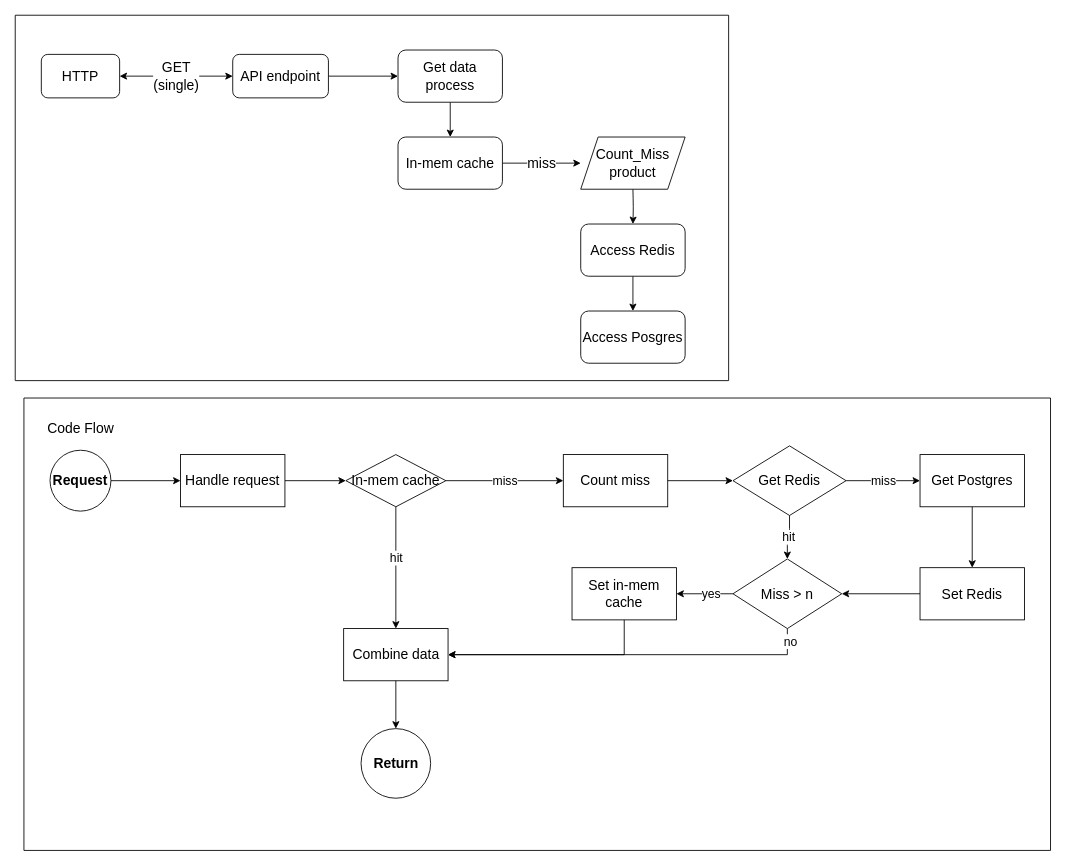
Earlier version of the draw.io diagram page "get single product" (2 of 10) of architecture-ecommerce.drawio (shifuvn/diagram). Source tidied: cells renumbered, new cells numbered last; positions are measured from the earlier drawing's top-left corner, leaving out a move shared by most shapes. Both pictures are drawn from the tidied source at 87%, with x=0, y=0 at pixel (15, 15).
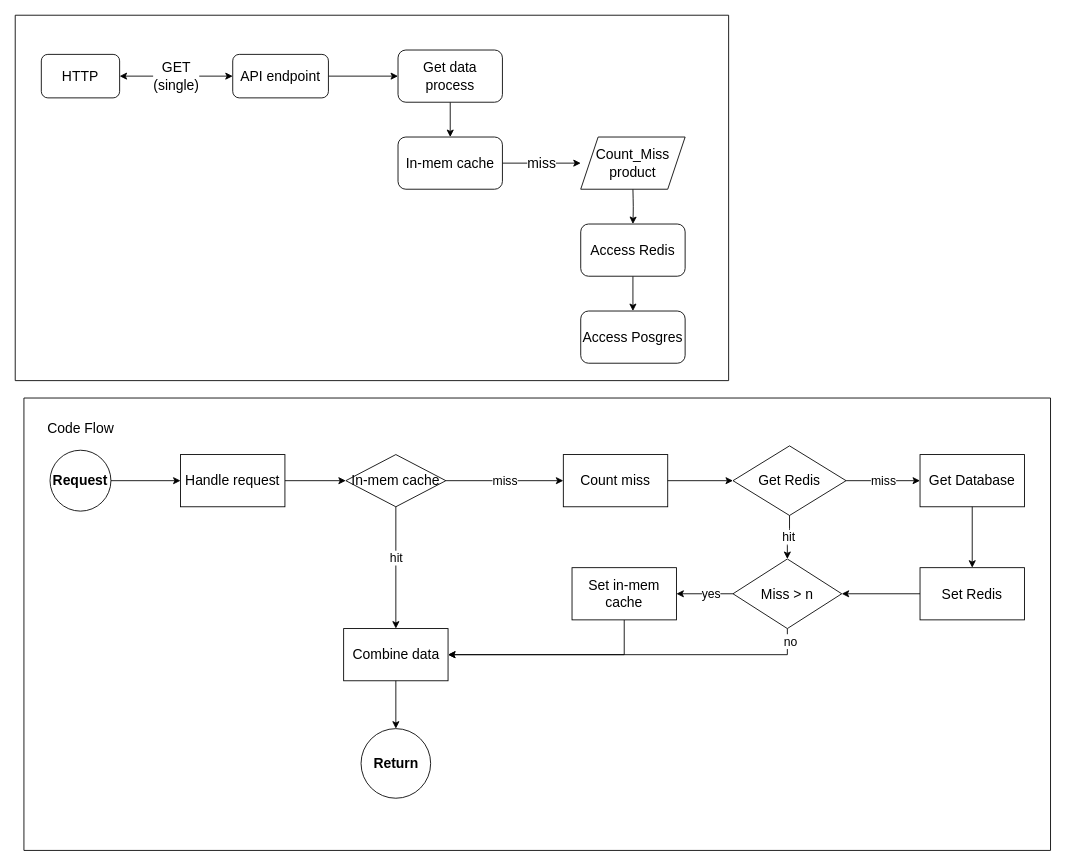
The same page after the edit.

Unchanged cells that the change refers to:
```xml
<mxCell id="24" style="swimlane;startSize=0;fontSize=16;" parent="1" vertex="1">
  <mxGeometry x="10" y="440" width="1180" height="520" as="geometry" />
</mxCell>
```

Change to the diagram source:
```diff
@@
-    <mxCell id="31" value="Get Postgres" style="rounded=0;whiteSpace=wrap;html=1;fontSize=16;" parent="24" vertex="1">
+    <mxCell id="31" value="Get Database" style="rounded=0;whiteSpace=wrap;html=1;fontSize=16;" parent="24" vertex="1">
       <mxGeometry x="1030" y="65" width="120" height="60" as="geometry" />
     </mxCell>
```
